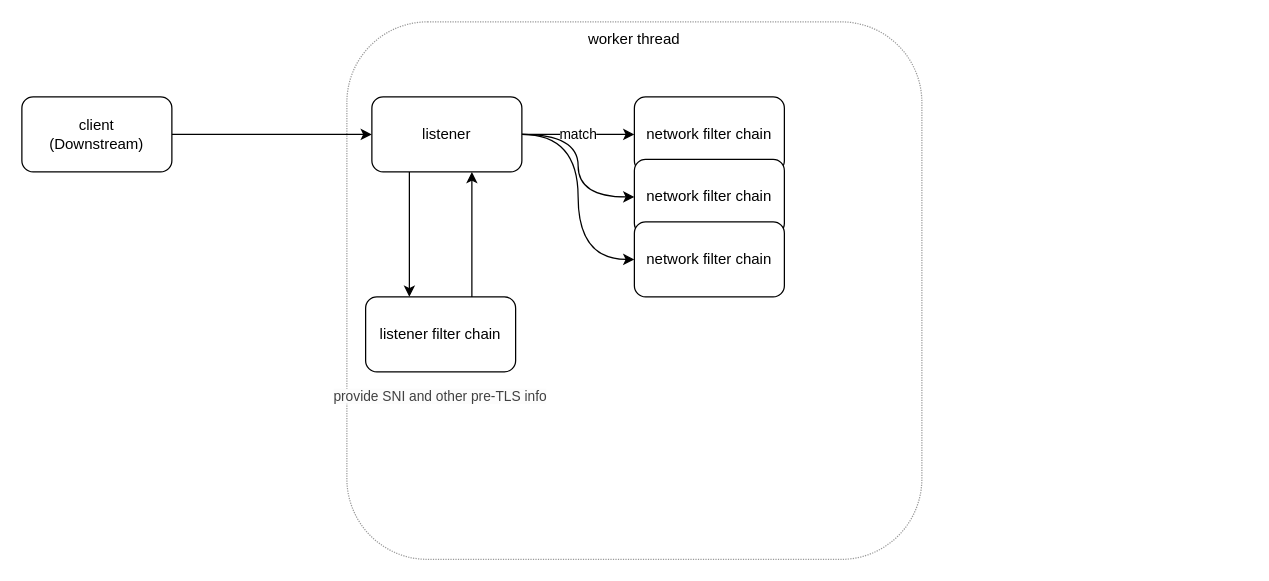
The draw.io diagram life of a request.drawio in xu1zhou/Documents, before the edit. Source tidied: cells renumbered, new cells numbered last; positions are measured from the earlier drawing's top-left corner, leaving out a move shared by most shapes. Both pictures are drawn from the tidied source at 125%, with x=0, y=0 at pixel (21, 21).
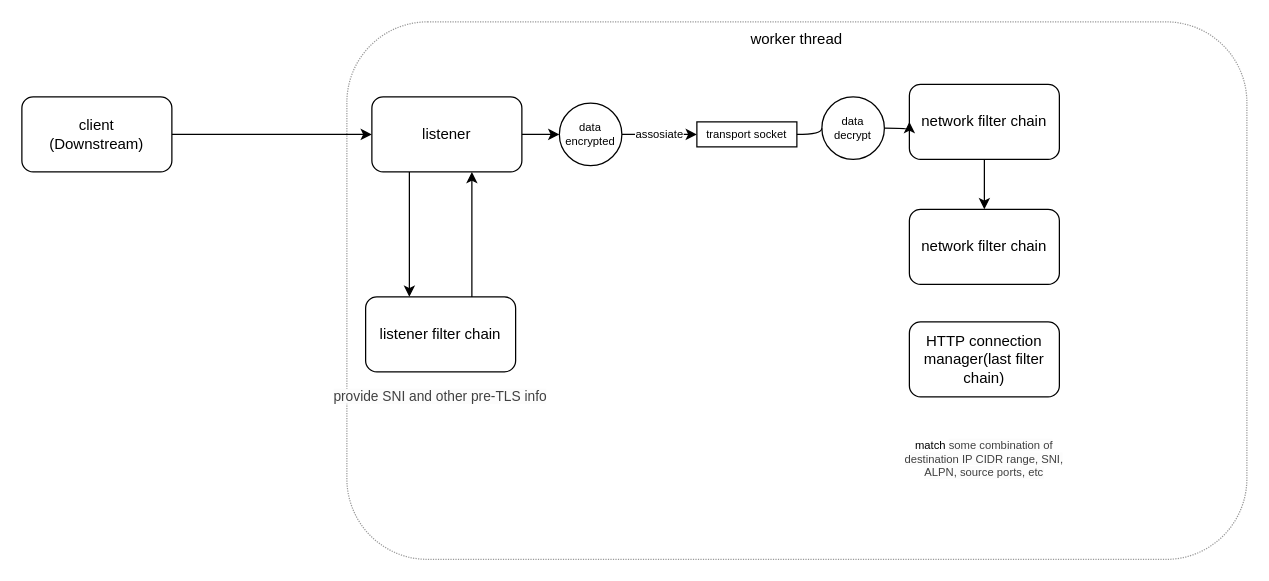
After the change.

The change refers to these unchanged cells:
```xml
<mxCell id="9" value="listener" style="rounded=1;whiteSpace=wrap;html=1;" parent="1" vertex="1">
  <mxGeometry x="280" y="60" width="120" height="60" as="geometry" />
</mxCell>
```

Change to the diagram source:
```diff
@@
     <mxCell id="2" value="worker thread" style="rounded=1;whiteSpace=wrap;html=1;opacity=40;dashed=1;dashPattern=1 1;verticalAlign=top;" parent="1" vertex="1">
-      <mxGeometry x="260" width="460" height="430" as="geometry" />
+      <mxGeometry x="260" width="720" height="430" as="geometry" />
     </mxCell>
@@
-    <mxCell id="6" value="match" style="edgeStyle=orthogonalEdgeStyle;rounded=0;jettySize=auto;html=1;" parent="1" edge="1" source="9" target="12">
-      <mxGeometry relative="1" as="geometry" />
-    </mxCell>
-    <mxCell id="7" style="edgeStyle=orthogonalEdgeStyle;rounded=0;jettySize=auto;html=1;curved=1;" parent="1" edge="1" source="9" target="14">
-      <mxGeometry relative="1" as="geometry" />
-    </mxCell>
-    <mxCell id="8" style="edgeStyle=orthogonalEdgeStyle;curved=1;rounded=0;jettySize=auto;html=1;entryX=0;entryY=0.5;entryDx=0;entryDy=0;" parent="1" edge="1" source="9" target="15">
-      <mxGeometry relative="1" as="geometry" />
-    </mxCell>
+    <mxCell id="16" style="edgeStyle=orthogonalEdgeStyle;curved=1;rounded=0;jettySize=auto;html=1;fontSize=9;" parent="1" edge="1" source="9" target="22">
+      <mxGeometry relative="1" as="geometry" />
+    </mxCell>
@@
+    <mxCell id="17" value="assosiate" style="edgeStyle=orthogonalEdgeStyle;curved=1;rounded=0;jettySize=auto;html=1;entryX=0;entryY=0.5;entryDx=0;entryDy=0;fontSize=9;startArrow=none;" parent="1" edge="1" source="22" target="21">
+      <mxGeometry relative="1" as="geometry" />
+    </mxCell>
+    <mxCell id="18" style="edgeStyle=orthogonalEdgeStyle;curved=1;rounded=0;jettySize=auto;html=1;fontSize=9;" parent="1" edge="1" source="12" target="14">
+      <mxGeometry relative="1" as="geometry" />
+    </mxCell>
     <mxCell id="12" value="network filter chain" style="rounded=1;whiteSpace=wrap;html=1;verticalAlign=middle;" parent="1" vertex="1">
-      <mxGeometry x="490" y="60" width="120" height="60" as="geometry" />
+      <mxGeometry x="710" y="50" width="120" height="60" as="geometry" />
     </mxCell>
@@
     <mxCell id="14" value="network filter chain" style="rounded=1;whiteSpace=wrap;html=1;verticalAlign=middle;" parent="1" vertex="1">
-      <mxGeometry x="490" y="110" width="120" height="60" as="geometry" />
+      <mxGeometry x="710" y="150" width="120" height="60" as="geometry" />
     </mxCell>
-    <mxCell id="15" value="network filter chain" style="rounded=1;whiteSpace=wrap;html=1;verticalAlign=middle;" parent="1" vertex="1">
-      <mxGeometry x="490" y="160" width="120" height="60" as="geometry" />
+    <mxCell id="15" value="HTTP connection manager(last filter chain)" style="rounded=1;whiteSpace=wrap;html=1;verticalAlign=middle;" parent="1" vertex="1">
+      <mxGeometry x="710" y="240" width="120" height="60" as="geometry" />
     </mxCell>
+    <mxCell id="19" value="match&amp;nbsp;&lt;span style=&quot;color: rgb(64, 64, 64); font-size: 9px; font-style: normal; font-weight: 400; letter-spacing: normal; text-align: left; text-indent: 0px; text-transform: none; word-spacing: 0px; background-color: rgb(252, 252, 252); display: inline; float: none;&quot;&gt;some combination of destination IP CIDR range, SNI, ALPN, source ports, etc&lt;/span&gt;&lt;br style=&quot;font-size: 9px;&quot;&gt;" style="text;html=1;strokeColor=none;fillColor=none;align=center;verticalAlign=middle;whiteSpace=wrap;rounded=0;fontSize=9;" parent="1" vertex="1">
+      <mxGeometry x="700" y="340" width="140" height="20" as="geometry" />
+    </mxCell>
+    <mxCell id="20" style="edgeStyle=orthogonalEdgeStyle;curved=1;rounded=0;jettySize=auto;html=1;fontSize=9;startArrow=none;" parent="1" edge="1" source="23" target="12">
+      <mxGeometry relative="1" as="geometry" />
+    </mxCell>
+    <mxCell id="21" value="transport socket" style="rounded=0;whiteSpace=wrap;html=1;fontSize=9;verticalAlign=middle;" parent="1" vertex="1">
+      <mxGeometry x="540" y="80" width="80" height="20" as="geometry" />
+    </mxCell>
+    <mxCell id="22" value="data&lt;br&gt;encrypted" style="ellipse;whiteSpace=wrap;html=1;fontSize=9;verticalAlign=middle;" parent="1" vertex="1">
+      <mxGeometry x="430" y="65" width="50" height="50" as="geometry" />
+    </mxCell>
+    <mxCell id="23" value="data&lt;br&gt;decrypt" style="ellipse;whiteSpace=wrap;html=1;fontSize=9;verticalAlign=middle;" parent="1" vertex="1">
+      <mxGeometry x="640" y="60" width="50" height="50" as="geometry" />
+    </mxCell>
+    <mxCell id="24" style="edgeStyle=orthogonalEdgeStyle;curved=1;rounded=0;jettySize=auto;html=1;fontSize=9;endArrow=none;" parent="1" edge="1" source="21" target="23">
+      <mxGeometry relative="1" as="geometry" />
+    </mxCell>
```
